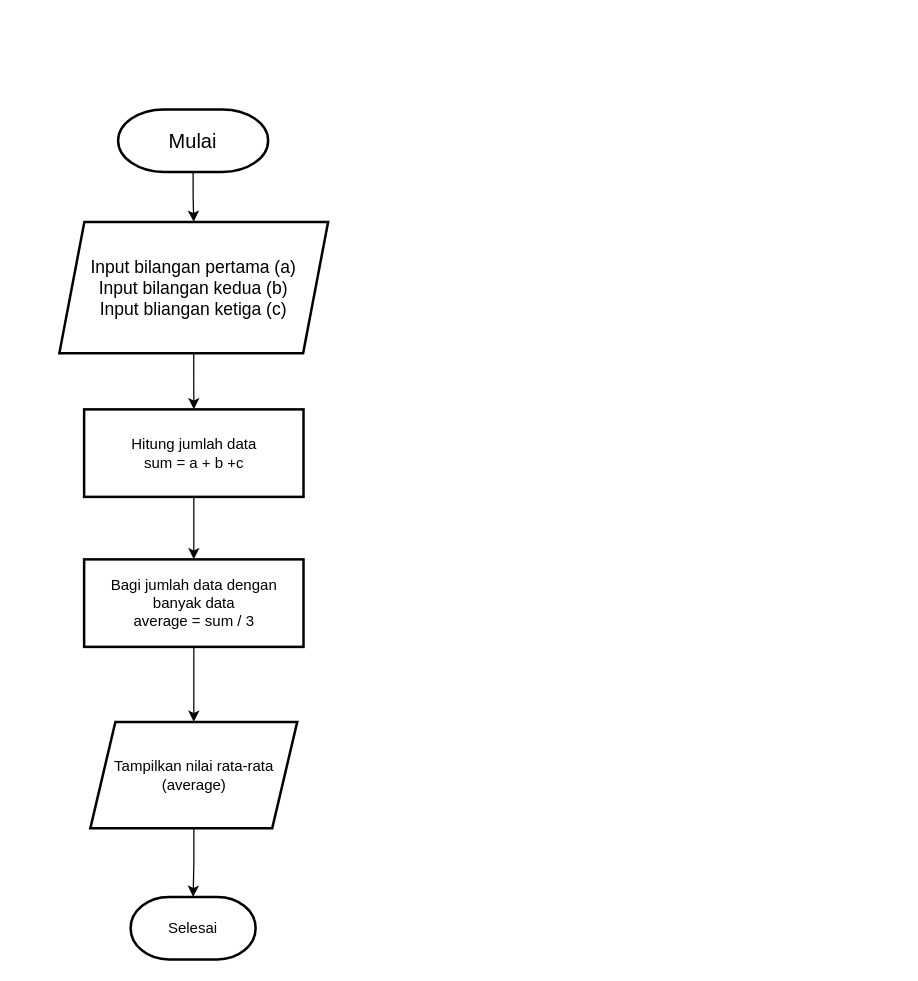
This is tugas-001/rata_rata_tiga_bilangan.drawio from HarisHerdiansyah/tugas-alprog, a draw.io file, before an edit. Source tidied: cells renumbered, new cells numbered last; positions are measured from the earlier drawing's top-left corner, leaving out a move shared by most shapes. Both pictures are drawn from the tidied source at 125%, with x=0, y=0 at pixel (59, 109).
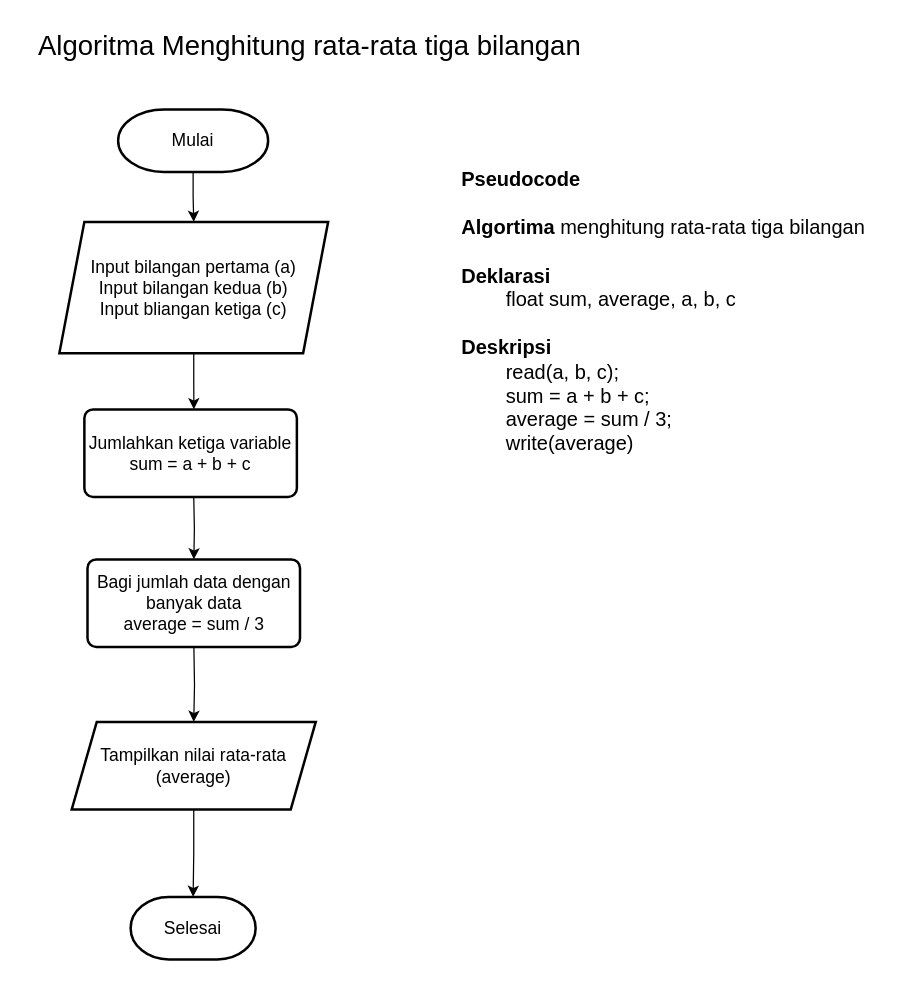
After the change.

Change to the diagram source:
```diff
@@
 <mxGraphModel>
   <root>
     <mxCell id="0" />
     <mxCell id="1" parent="0" />
     <mxCell id="2" style="edgeStyle=orthogonalEdgeStyle;rounded=0;jettySize=auto;html=1;" parent="1" edge="1" source="3" target="5">
       <mxGeometry relative="1" as="geometry" />
     </mxCell>
-    <mxCell id="3" value="&lt;font style=&quot;font-size: 16px;&quot;&gt;Mulai&lt;/font&gt;" style="strokeWidth=2;html=1;shape=mxgraph.flowchart.terminator;whiteSpace=wrap;" parent="1" vertex="1">
+    <mxCell id="3" value="&lt;font style=&quot;font-size: 14px;&quot;&gt;Mulai&lt;/font&gt;" style="strokeWidth=2;html=1;shape=mxgraph.flowchart.terminator;whiteSpace=wrap;" parent="1" vertex="1">
       <mxGeometry x="47" width="120" height="50" as="geometry" />
     </mxCell>
-    <mxCell id="4" style="edgeStyle=orthogonalEdgeStyle;rounded=0;jettySize=auto;html=1;" parent="1" edge="1" source="5" target="7">
-      <mxGeometry relative="1" as="geometry" />
+    <mxCell id="4" style="edgeStyle=orthogonalEdgeStyle;rounded=0;jettySize=auto;html=1;" parent="1" edge="1" source="5">
+      <mxGeometry relative="1" as="geometry">
+        <mxPoint x="107.6" y="240" as="targetPoint" />
+      </mxGeometry>
     </mxCell>
-    <mxCell id="5" value="&lt;font style=&quot;font-size: 14px;&quot;&gt;Input bilangan pertama (a)&lt;/font&gt;&lt;div&gt;&lt;font style=&quot;font-size: 14px;&quot;&gt;Input bilangan kedua (b)&lt;/font&gt;&lt;/div&gt;&lt;div&gt;&lt;font style=&quot;font-size: 14px;&quot;&gt;Input bliangan ketiga (c)&lt;/font&gt;&lt;/div&gt;" style="shape=parallelogram;perimeter=parallelogramPerimeter;whiteSpace=wrap;html=1;fixedSize=1;strokeWidth=2;" parent="1" vertex="1">
+    <mxCell id="5" value="&lt;font style=&quot;font-size: 14px;&quot;&gt;Input bilangan pertama (a)&lt;/font&gt;&lt;div style=&quot;font-size: 14px;&quot;&gt;&lt;font style=&quot;font-size: 14px;&quot;&gt;Input bilangan kedua (b)&lt;/font&gt;&lt;/div&gt;&lt;div style=&quot;font-size: 14px;&quot;&gt;&lt;font style=&quot;font-size: 14px;&quot;&gt;Input bliangan ketiga (c)&lt;/font&gt;&lt;/div&gt;" style="shape=parallelogram;perimeter=parallelogramPerimeter;whiteSpace=wrap;html=1;fixedSize=1;strokeWidth=2;" parent="1" vertex="1">
       <mxGeometry y="90" width="215" height="105" as="geometry" />
     </mxCell>
-    <mxCell id="6" style="edgeStyle=orthogonalEdgeStyle;rounded=0;jettySize=auto;html=1;" parent="1" edge="1" source="7" target="9">
-      <mxGeometry relative="1" as="geometry" />
+    <mxCell id="6" style="edgeStyle=orthogonalEdgeStyle;rounded=0;orthogonalLoop=1;jettySize=auto;html=1;" parent="1" edge="1">
+      <mxGeometry relative="1" as="geometry">
+        <mxPoint x="107.5" y="310" as="sourcePoint" />
+        <mxPoint x="107.6" y="360" as="targetPoint" />
+      </mxGeometry>
     </mxCell>
-    <mxCell id="7" value="Hitung jumlah data&lt;div&gt;sum = a + b +c&lt;/div&gt;" style="whiteSpace=wrap;html=1;strokeWidth=2;" parent="1" vertex="1">
-      <mxGeometry x="19.8" y="240" width="175.5" height="70" as="geometry" />
-    </mxCell>
-    <mxCell id="8" style="edgeStyle=orthogonalEdgeStyle;rounded=0;jettySize=auto;html=1;" parent="1" edge="1" source="9" target="11">
-      <mxGeometry relative="1" as="geometry" />
+    <mxCell id="8" style="edgeStyle=orthogonalEdgeStyle;rounded=0;jettySize=auto;html=1;" parent="1" edge="1" target="11">
+      <mxGeometry relative="1" as="geometry">
+        <mxPoint x="107.6" y="430" as="sourcePoint" />
+      </mxGeometry>
     </mxCell>
-    <mxCell id="9" value="Bagi jumlah data dengan banyak data&lt;div&gt;average = sum / 3&lt;/div&gt;" style="whiteSpace=wrap;html=1;strokeWidth=2;" parent="1" vertex="1">
-      <mxGeometry x="19.8" y="360" width="175.5" height="70" as="geometry" />
-    </mxCell>
     <mxCell id="10" style="edgeStyle=orthogonalEdgeStyle;rounded=0;jettySize=auto;html=1;" parent="1" edge="1" source="11" target="12">
       <mxGeometry relative="1" as="geometry" />
     </mxCell>
-    <mxCell id="11" value="&lt;font style=&quot;font-size: 12px;&quot;&gt;Tampilkan nilai rata-rata&lt;/font&gt;&lt;div style=&quot;&quot;&gt;&lt;font style=&quot;font-size: 12px;&quot;&gt;(average)&lt;/font&gt;&lt;/div&gt;" style="shape=parallelogram;perimeter=parallelogramPerimeter;whiteSpace=wrap;html=1;fixedSize=1;strokeWidth=2;" parent="1" vertex="1">
-      <mxGeometry x="24.8" y="490" width="165.5" height="85" as="geometry" />
+    <mxCell id="11" value="&lt;font style=&quot;font-size: 14px;&quot;&gt;Tampilkan nilai rata-rata&lt;/font&gt;&lt;div style=&quot;font-size: 14px;&quot;&gt;&lt;font style=&quot;font-size: 14px;&quot;&gt;(average)&lt;/font&gt;&lt;/div&gt;" style="shape=parallelogram;perimeter=parallelogramPerimeter;whiteSpace=wrap;html=1;fixedSize=1;strokeWidth=2;" parent="1" vertex="1">
+      <mxGeometry x="9.9" y="490" width="195.2" height="70" as="geometry" />
     </mxCell>
-    <mxCell id="12" value="Selesai" style="strokeWidth=2;html=1;shape=mxgraph.flowchart.terminator;whiteSpace=wrap;" parent="1" vertex="1">
+    <mxCell id="12" value="&lt;font style=&quot;font-size: 14px;&quot;&gt;Selesai&lt;/font&gt;" style="strokeWidth=2;html=1;shape=mxgraph.flowchart.terminator;whiteSpace=wrap;" parent="1" vertex="1">
       <mxGeometry x="57" y="630" width="100" height="50" as="geometry" />
     </mxCell>
+    <mxCell id="13" value="&lt;font style=&quot;font-size: 14px;&quot;&gt;Jumlahkan ketiga variable&lt;/font&gt;&lt;div style=&quot;font-size: 14px;&quot;&gt;&lt;font style=&quot;font-size: 14px;&quot;&gt;sum = a + b + c&lt;/font&gt;&lt;/div&gt;" style="rounded=1;whiteSpace=wrap;html=1;absoluteArcSize=1;arcSize=14;strokeWidth=2;" parent="1" vertex="1">
+      <mxGeometry x="20" y="240" width="170" height="70" as="geometry" />
+    </mxCell>
+    <mxCell id="9" value="&lt;font style=&quot;font-size: 14px;&quot;&gt;Bagi jumlah data dengan banyak data&lt;/font&gt;&lt;div style=&quot;font-size: 14px;&quot;&gt;average = sum / 3&lt;/div&gt;" style="rounded=1;whiteSpace=wrap;html=1;absoluteArcSize=1;arcSize=14;strokeWidth=2;" parent="1" vertex="1">
+      <mxGeometry x="22.5" y="360" width="170" height="70" as="geometry" />
+    </mxCell>
+    <mxCell id="14" value="&lt;font style=&quot;font-size: 22px;&quot;&gt;Algoritma Menghitung rata-rata tiga bilangan&lt;/font&gt;" style="text;html=1;align=center;verticalAlign=middle;strokeColor=none;fillColor=none;" parent="1" vertex="1">
+      <mxGeometry x="-30" y="-70" width="460" height="40" as="geometry" />
+    </mxCell>
+    <mxCell id="15" value="&lt;div&gt;&lt;font style=&quot;font-size: 16px;&quot;&gt;&lt;b&gt;Pseudocode&lt;/b&gt;&lt;/font&gt;&lt;/div&gt;&lt;div&gt;&lt;font style=&quot;font-size: 16px;&quot;&gt;&lt;br&gt;&lt;/font&gt;&lt;/div&gt;&lt;font style=&quot;font-size: 16px;&quot;&gt;&lt;b&gt;Algortima&lt;/b&gt; menghitung rata-rata tiga bilangan&lt;/font&gt;&lt;div style=&quot;font-size: 16px;&quot;&gt;&lt;font style=&quot;font-size: 16px;&quot;&gt;&lt;br&gt;&lt;/font&gt;&lt;/div&gt;&lt;div style=&quot;font-size: 16px;&quot;&gt;&lt;font style=&quot;font-size: 16px;&quot;&gt;&lt;b&gt;Deklarasi&lt;/b&gt;&lt;/font&gt;&lt;/div&gt;&lt;div style=&quot;font-size: 16px;&quot;&gt;&lt;font style=&quot;font-size: 16px;&quot;&gt;&lt;span style=&quot;white-space: pre;&quot;&gt;&#9;&lt;/span&gt;float sum, average, a, b, c&lt;br&gt;&lt;/font&gt;&lt;/div&gt;&lt;div style=&quot;font-size: 16px;&quot;&gt;&lt;font style=&quot;font-size: 16px;&quot;&gt;&lt;br&gt;&lt;/font&gt;&lt;/div&gt;&lt;div style=&quot;font-size: 16px;&quot;&gt;&lt;font style=&quot;font-size: 16px;&quot;&gt;&lt;b&gt;Deskripsi&lt;/b&gt;&lt;/font&gt;&lt;/div&gt;&lt;div style=&quot;font-size: 16px;&quot;&gt;&lt;font style=&quot;font-size: 16px;&quot;&gt;&lt;span style=&quot;white-space: pre;&quot;&gt;&#9;&lt;/span&gt;read(a, b, c);&lt;br&gt;&lt;/font&gt;&lt;/div&gt;&lt;div style=&quot;font-size: 16px;&quot;&gt;&lt;font style=&quot;font-size: 16px;&quot;&gt;&lt;span style=&quot;white-space: pre;&quot;&gt;&#9;&lt;/span&gt;sum = a + b + c;&lt;br&gt;&lt;/font&gt;&lt;/div&gt;&lt;div style=&quot;font-size: 16px;&quot;&gt;&lt;font style=&quot;font-size: 16px;&quot;&gt;&lt;span style=&quot;white-space: pre;&quot;&gt;&#9;&lt;/span&gt;average = sum / 3;&lt;br&gt;&lt;/font&gt;&lt;/div&gt;&lt;div style=&quot;font-size: 16px;&quot;&gt;&lt;font style=&quot;font-size: 16px;&quot;&gt;&lt;span style=&quot;white-space: pre;&quot;&gt;&#9;&lt;/span&gt;write(average)&lt;br&gt;&lt;/font&gt;&lt;/div&gt;&lt;div style=&quot;font-size: 16px;&quot;&gt;&lt;br&gt;&lt;/div&gt;" style="text;html=1;align=left;verticalAlign=top;strokeColor=none;fillColor=none;" parent="1" vertex="1">
+      <mxGeometry x="320" y="40" width="350" height="260" as="geometry" />
+    </mxCell>
   </root>
 </mxGraphModel>
```
